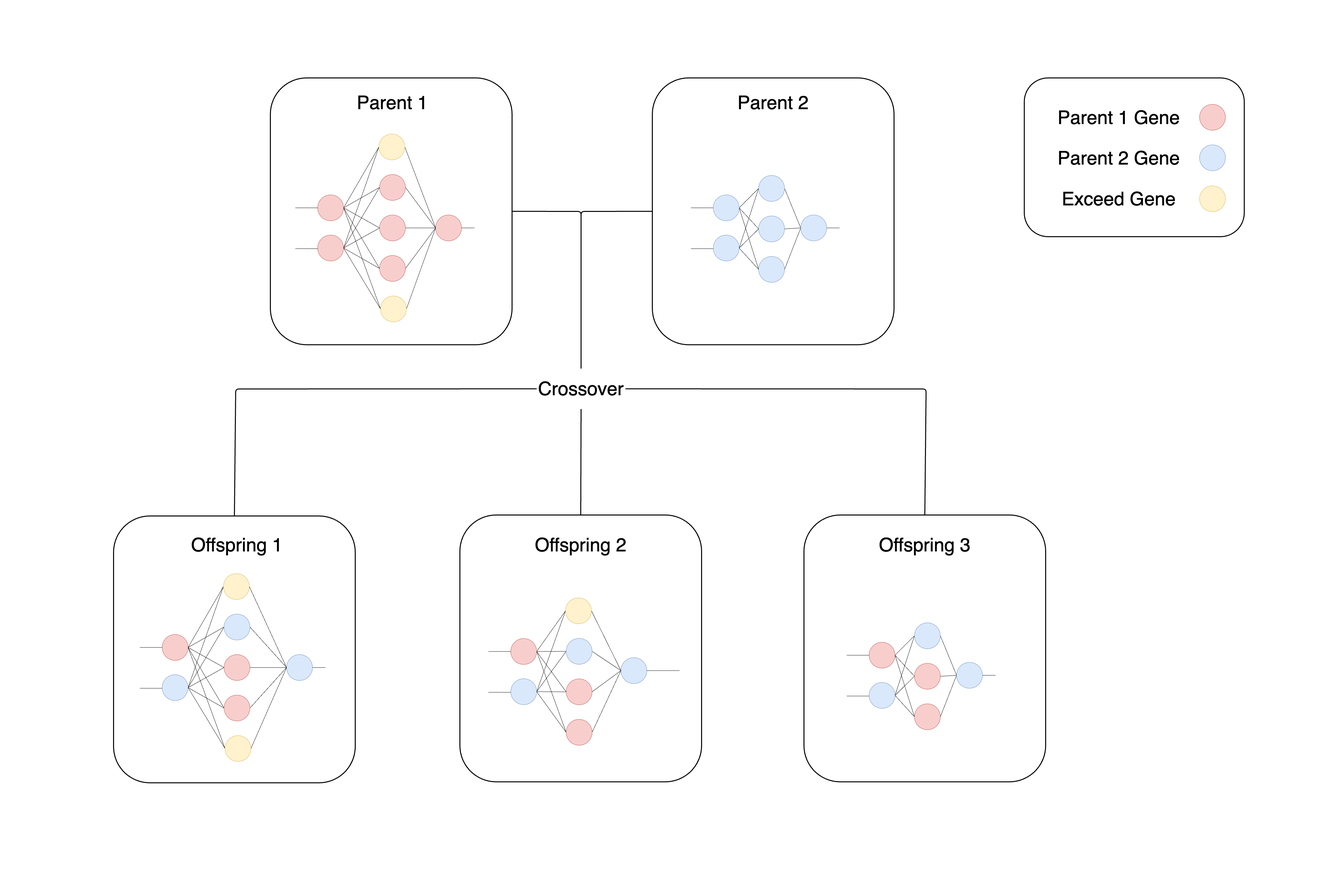
AhmedBoin/atgen keeps this draw.io diagram as crossover.png. Above is the earlier version. Source tidied: cells renumbered, new cells last; positions are measured from the earlier drawing's top-left corner, leaving out a move shared by most shapes.
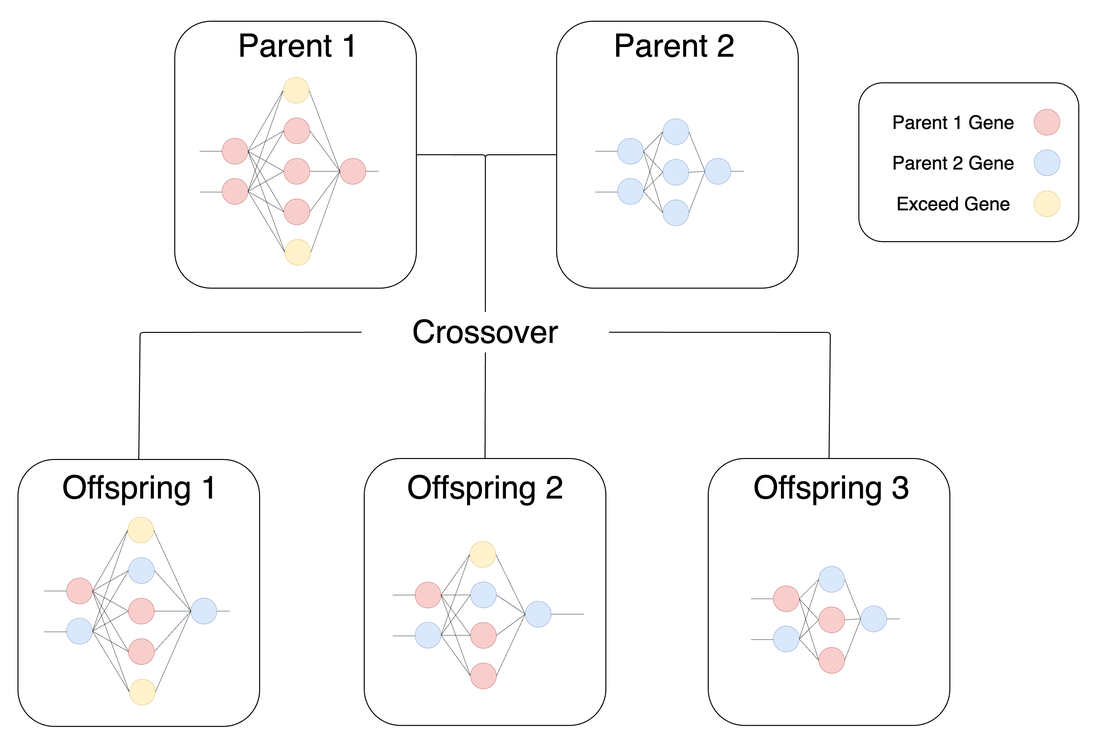
Above is the later version.

Diff of the diagram source:
```diff
@@ -3,10 +3,10 @@
     <mxCell id="0" />
     <mxCell id="1" parent="0" />
     <mxCell id="2" style="rounded=0;whiteSpace=wrap;html=1;fontSize=58;fillColor=none;strokeColor=none;" parent="1" vertex="1">
-      <mxGeometry width="4134" height="2714" as="geometry" />
+      <mxGeometry x="295" y="175" width="3394" height="2284" as="geometry" />
     </mxCell>
     <mxCell id="3" style="rounded=1;whiteSpace=wrap;html=1;strokeWidth=3;fontSize=72;fillColor=none;strokeColor=#000000;" parent="1" vertex="1">
-      <mxGeometry x="3161" y="240" width="679" height="490" as="geometry" />
+      <mxGeometry x="2946" y="430" width="679" height="490" as="geometry" />
     </mxCell>
     <mxCell id="4" style="edgeStyle=none;html=1;exitX=1;exitY=0.5;exitDx=0;exitDy=0;entryX=0.5;entryY=0;entryDx=0;entryDy=0;strokeColor=#000000;fontSize=58;fontColor=#000000;endArrow=none;endFill=0;strokeWidth=3;" parent="1" edge="1" source="5" target="132">
       <mxGeometry relative="1" as="geometry">
@@ -403,29 +403,17 @@
       <mxGeometry x="1745" y="1844.8" width="80" height="80" as="geometry" />
     </mxCell>
     <mxCell id="121" style="ellipse;whiteSpace=wrap;html=1;fillColor=#dae8fc;strokeColor=#6c8ebf;" parent="1" vertex="1">
-      <mxGeometry x="3702" y="446.5" width="80" height="80" as="geometry" />
+      <mxGeometry x="3487" y="636.5" width="80" height="80" as="geometry" />
     </mxCell>
     <mxCell id="122" style="ellipse;whiteSpace=wrap;html=1;fillColor=#f8cecc;strokeColor=#b85450;" parent="1" vertex="1">
-      <mxGeometry x="3702" y="321.5" width="80" height="80" as="geometry" />
+      <mxGeometry x="3487" y="511.5" width="80" height="80" as="geometry" />
     </mxCell>
     <mxCell id="123" style="ellipse;whiteSpace=wrap;html=1;fillColor=#fff2cc;strokeColor=#d6b656;" parent="1" vertex="1">
-      <mxGeometry x="3702" y="573" width="80" height="80" as="geometry" />
+      <mxGeometry x="3487" y="763" width="80" height="80" as="geometry" />
     </mxCell>
-    <mxCell id="124" value="&lt;font style=&quot;font-size: 58px;&quot; color=&quot;#000000&quot;&gt;Parent 1&lt;/font&gt;" style="text;html=1;strokeColor=none;fillColor=none;align=center;verticalAlign=middle;whiteSpace=wrap;rounded=0;" parent="1" vertex="1">
-      <mxGeometry x="1074" y="253" width="274" height="125" as="geometry" />
+    <mxCell id="124" value="&lt;font style=&quot;font-size: 99px;&quot; color=&quot;#000000&quot;&gt;Parent 1&lt;/font&gt;" style="text;html=1;strokeColor=none;fillColor=none;align=center;verticalAlign=middle;whiteSpace=wrap;rounded=0;" parent="1" vertex="1">
+      <mxGeometry x="884" y="253" width="664" height="125" as="geometry" />
     </mxCell>
-    <mxCell id="125" value="&lt;font style=&quot;font-size: 58px;&quot; color=&quot;#000000&quot;&gt;Parent 2&lt;/font&gt;" style="text;html=1;strokeColor=none;fillColor=none;align=center;verticalAlign=middle;whiteSpace=wrap;rounded=0;" parent="1" vertex="1">
-      <mxGeometry x="2249" y="253" width="274" height="125" as="geometry" />
-    </mxCell>
-    <mxCell id="126" value="&lt;font color=&quot;#000000&quot;&gt;&lt;span style=&quot;font-size: 58px;&quot;&gt;Offspring 1&lt;/span&gt;&lt;/font&gt;" style="text;html=1;strokeColor=none;fillColor=none;align=center;verticalAlign=middle;whiteSpace=wrap;rounded=0;" parent="1" vertex="1">
-      <mxGeometry x="571" y="1618.8" width="320" height="125" as="geometry" />
-    </mxCell>
-    <mxCell id="127" value="&lt;font color=&quot;#000000&quot;&gt;&lt;span style=&quot;font-size: 58px;&quot;&gt;Offspring 2&lt;/span&gt;&lt;/font&gt;" style="text;html=1;strokeColor=none;fillColor=none;align=center;verticalAlign=middle;whiteSpace=wrap;rounded=0;" parent="1" vertex="1">
-      <mxGeometry x="1632" y="1618.8" width="320" height="125" as="geometry" />
-    </mxCell>
-    <mxCell id="128" value="&lt;font color=&quot;#000000&quot;&gt;&lt;span style=&quot;font-size: 58px;&quot;&gt;Offspring 3&lt;/span&gt;&lt;/font&gt;" style="text;html=1;strokeColor=none;fillColor=none;align=center;verticalAlign=middle;whiteSpace=wrap;rounded=0;" parent="1" vertex="1">
-      <mxGeometry x="2694" y="1618.8" width="320" height="125" as="geometry" />
-    </mxCell>
     <mxCell id="129" style="edgeStyle=none;html=1;exitX=0.5;exitY=1;exitDx=0;exitDy=0;entryX=0.5;entryY=0;entryDx=0;entryDy=0;strokeColor=#000000;fontSize=58;fontColor=#000000;endArrow=none;endFill=0;endSize=8;strokeWidth=3;" parent="1" edge="1" source="132" target="8">
       <mxGeometry relative="1" as="geometry" />
     </mxCell>
@@ -443,17 +431,29 @@
         </Array>
       </mxGeometry>
     </mxCell>
-    <mxCell id="132" value="&lt;font style=&quot;font-size: 58px;&quot; color=&quot;#000000&quot;&gt;Crossover&lt;/font&gt;" style="text;html=1;strokeColor=none;fillColor=none;align=center;verticalAlign=middle;whiteSpace=wrap;rounded=0;" parent="1" vertex="1">
-      <mxGeometry x="1656" y="1137" width="274" height="125" as="geometry" />
+    <mxCell id="132" value="&lt;font style=&quot;font-size: 99px;&quot; color=&quot;#000000&quot;&gt;Crossover&lt;/font&gt;" style="text;html=1;strokeColor=none;fillColor=none;align=center;verticalAlign=middle;whiteSpace=wrap;rounded=0;" parent="1" vertex="1">
+      <mxGeometry x="1411" y="1137" width="764" height="125" as="geometry" />
     </mxCell>
     <mxCell id="133" value="&lt;font style=&quot;font-size: 58px;&quot; color=&quot;#000000&quot;&gt;Parent 1 Gene&lt;/font&gt;" style="text;html=1;strokeColor=none;fillColor=none;align=center;verticalAlign=middle;whiteSpace=wrap;rounded=0;" parent="1" vertex="1">
-      <mxGeometry x="3244" y="299" width="418" height="125" as="geometry" />
+      <mxGeometry x="3029" y="489" width="418" height="125" as="geometry" />
     </mxCell>
     <mxCell id="134" value="&lt;font style=&quot;font-size: 58px;&quot; color=&quot;#000000&quot;&gt;Parent 2 Gene&lt;/font&gt;" style="text;html=1;strokeColor=none;fillColor=none;align=center;verticalAlign=middle;whiteSpace=wrap;rounded=0;" parent="1" vertex="1">
-      <mxGeometry x="3244" y="424" width="418" height="125" as="geometry" />
+      <mxGeometry x="3029" y="614" width="418" height="125" as="geometry" />
     </mxCell>
     <mxCell id="135" value="&lt;font style=&quot;font-size: 58px;&quot; color=&quot;#000000&quot;&gt;Exceed Gene&lt;/font&gt;" style="text;html=1;strokeColor=none;fillColor=none;align=center;verticalAlign=middle;whiteSpace=wrap;rounded=0;" parent="1" vertex="1">
-      <mxGeometry x="3244" y="550.5" width="418" height="125" as="geometry" />
+      <mxGeometry x="3029" y="740.5" width="418" height="125" as="geometry" />
     </mxCell>
+    <mxCell id="125" value="&lt;font style=&quot;font-size: 99px;&quot; color=&quot;#000000&quot;&gt;Parent 2&lt;/font&gt;" style="text;html=1;strokeColor=none;fillColor=none;align=center;verticalAlign=middle;whiteSpace=wrap;rounded=0;" parent="1" vertex="1">
+      <mxGeometry x="2044" y="253" width="664" height="125" as="geometry" />
+    </mxCell>
+    <mxCell id="126" value="&lt;font style=&quot;font-size: 99px;&quot; color=&quot;#000000&quot;&gt;Offspring 1&lt;/font&gt;" style="text;html=1;strokeColor=none;fillColor=none;align=center;verticalAlign=middle;whiteSpace=wrap;rounded=0;" parent="1" vertex="1">
+      <mxGeometry x="396" y="1616" width="664" height="125" as="geometry" />
+    </mxCell>
+    <mxCell id="127" value="&lt;font style=&quot;font-size: 99px;&quot; color=&quot;#000000&quot;&gt;Offspring 2&lt;/font&gt;" style="text;html=1;strokeColor=none;fillColor=none;align=center;verticalAlign=middle;whiteSpace=wrap;rounded=0;" parent="1" vertex="1">
+      <mxGeometry x="1461" y="1616" width="664" height="125" as="geometry" />
+    </mxCell>
+    <mxCell id="128" value="&lt;font style=&quot;font-size: 99px;&quot; color=&quot;#000000&quot;&gt;Offspring 3&lt;/font&gt;" style="text;html=1;strokeColor=none;fillColor=none;align=center;verticalAlign=middle;whiteSpace=wrap;rounded=0;" parent="1" vertex="1">
+      <mxGeometry x="2530" y="1616" width="664" height="125" as="geometry" />
+    </mxCell>
   </root>
 </mxGraphModel>
```
